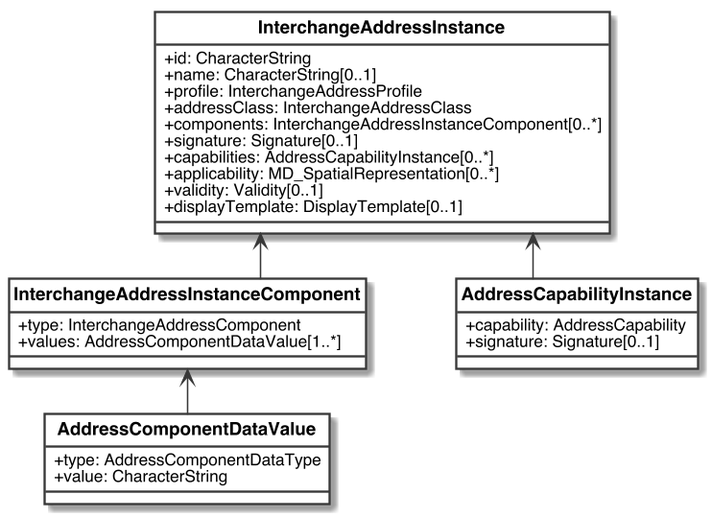
Above: images/AddressInstance.png in CalConnect/csd-digital-addresses (PlantUML), before the change. Source of this version:
```plantuml
@startuml AddressInstance

skinparam classAttributeIconSize 0
skinparam Dpi 150
skinparam Monochrome true
skinparam LineType ortho
skinparam nodesep 60
skinparam ranksep 30
hide circle
skinparam Default {
TextAlignment center
FontName Helvetica
}
skinparam Class {
AttributeIconSize 0
BackgroundColor White
FontStyle bold
StereotypeFontSize 10
}
skinparam Rectangle {
BackgroundColor White
FontStyle bold
FontSize 11
StereotypeFontSize 10
}
skinparam Object {
BackgroundColor White
FontStyle bold
FontSize 11
StereotypeFontSize 10
}

skinparam Entity {
StereotypeFontSize 10
}

class InterchangeAddressInstance {
    +id: CharacterString
    +name: CharacterString[0..1]
    +profile: InterchangeAddressProfile
    +addressClass: InterchangeAddressClass
    +components: InterchangeAddressInstanceComponent[0..*]
    +signature: Signature[0..1]
    +capabilities: AddressCapabilityInstance[0..*]
    +applicability: MD_SpatialRepresentation[0..*]
    +validity: Validity[0..1]
    +displayTemplate: DisplayTemplate[0..1]
}

class InterchangeAddressInstanceComponent{
    +type: InterchangeAddressComponent
    +values: AddressComponentDataValue[1..*]
}

class AddressCapabilityInstance{
    +capability: AddressCapability
    +signature: Signature[0..1]
}

class AddressComponentDataValue{
    +type: AddressComponentDataType
    +value: CharacterString
}



InterchangeAddressInstance <-- InterchangeAddressInstanceComponent
InterchangeAddressInstance <-- AddressCapabilityInstance
AddressComponentDataValue -up-> InterchangeAddressInstanceComponent

@enduml
```
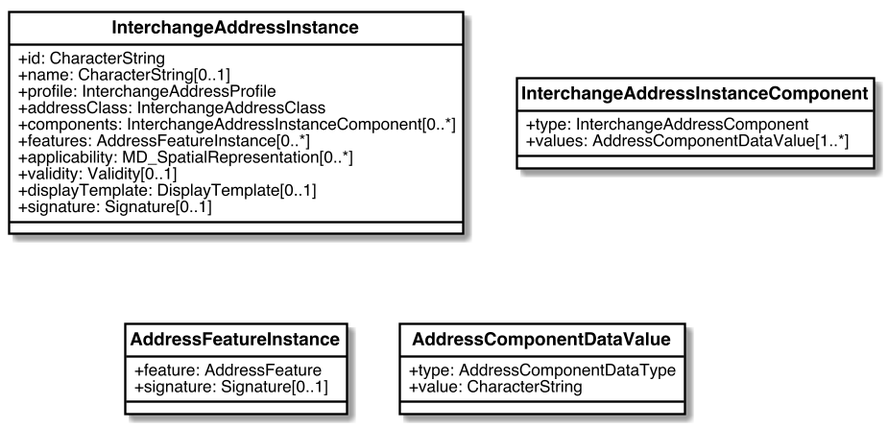
After the commit.

Change to the diagram source:
```diff
@@ -1,71 +1,75 @@
-@startuml AddressInstance
+@startuml
 
-skinparam classAttributeIconSize 0
+
 skinparam Dpi 150
-skinparam Monochrome true
+skinparam Monochrome false
 skinparam LineType ortho
-skinparam nodesep 60
-skinparam ranksep 30
 hide circle
 skinparam Default {
-TextAlignment center
-FontName Helvetica
+  TextAlignment center
+  FontName Helvetica
 }
 skinparam Class {
-AttributeIconSize 0
-BackgroundColor White
-FontStyle bold
-StereotypeFontSize 10
+  AttributeIconSize 0
+  BackgroundColor White
+  ArrowColor Black
+  BorderColor Black
+  FontStyle bold
+  StereotypeFontSize 10
 }
 skinparam Rectangle {
-BackgroundColor White
-FontStyle bold
-FontSize 11
-StereotypeFontSize 10
+  BackgroundColor White
+  ArrowColor Black
+  BorderColor Black
+  FontStyle bold
+  FontSize 11
+  StereotypeFontSize 10
 }
 skinparam Object {
-BackgroundColor White
-FontStyle bold
-FontSize 11
-StereotypeFontSize 10
+  BackgroundColor White
+  ArrowColor Black
+  BorderColor Black
+  FontStyle bold
+  FontSize 11
+  StereotypeFontSize 10
 }
 
 skinparam Entity {
-StereotypeFontSize 10
-}
-
-class InterchangeAddressInstance {
-    +id: CharacterString
-    +name: CharacterString[0..1]
-    +profile: InterchangeAddressProfile
-    +addressClass: InterchangeAddressClass
-    +components: InterchangeAddressInstanceComponent[0..*]
-    +signature: Signature[0..1]
-    +capabilities: AddressCapabilityInstance[0..*]
-    +applicability: MD_SpatialRepresentation[0..*]
-    +validity: Validity[0..1]
-    +displayTemplate: DisplayTemplate[0..1]
-}
-
-class InterchangeAddressInstanceComponent{
-    +type: InterchangeAddressComponent
-    +values: AddressComponentDataValue[1..*]
-}
-
-class AddressCapabilityInstance{
-    +capability: AddressCapability
-    +signature: Signature[0..1]
-}
-
-class AddressComponentDataValue{
-    +type: AddressComponentDataType
-    +value: CharacterString
+  StereotypeFontSize 10
 }
 
 
 
-InterchangeAddressInstance <-- InterchangeAddressInstanceComponent
-InterchangeAddressInstance <-- AddressCapabilityInstance
-AddressComponentDataValue -up-> InterchangeAddressInstanceComponent
+class InterchangeAddressInstance {
+  +id: CharacterString
+  +name: CharacterString[0..1]
+  +profile: InterchangeAddressProfile
+  +addressClass: InterchangeAddressClass
+  +components: InterchangeAddressInstanceComponent[0..*]
+  +features: AddressFeatureInstance[0..*]
+  +applicability: MD_SpatialRepresentation[0..*]
+  +validity: Validity[0..1]
+  +displayTemplate: DisplayTemplate[0..1]
+  +signature: Signature[0..1]
+}
+
+class InterchangeAddressInstanceComponent{
+  +type: InterchangeAddressComponent
+  +values: AddressComponentDataValue[1..*]
+}
+
+class AddressFeatureInstance{
+  +feature: AddressFeature
+  +signature: Signature[0..1]
+}
+
+class AddressComponentDataValue{
+  +type: AddressComponentDataType
+  +value: CharacterString
+}
+
+
+
+
 
 @enduml
```
